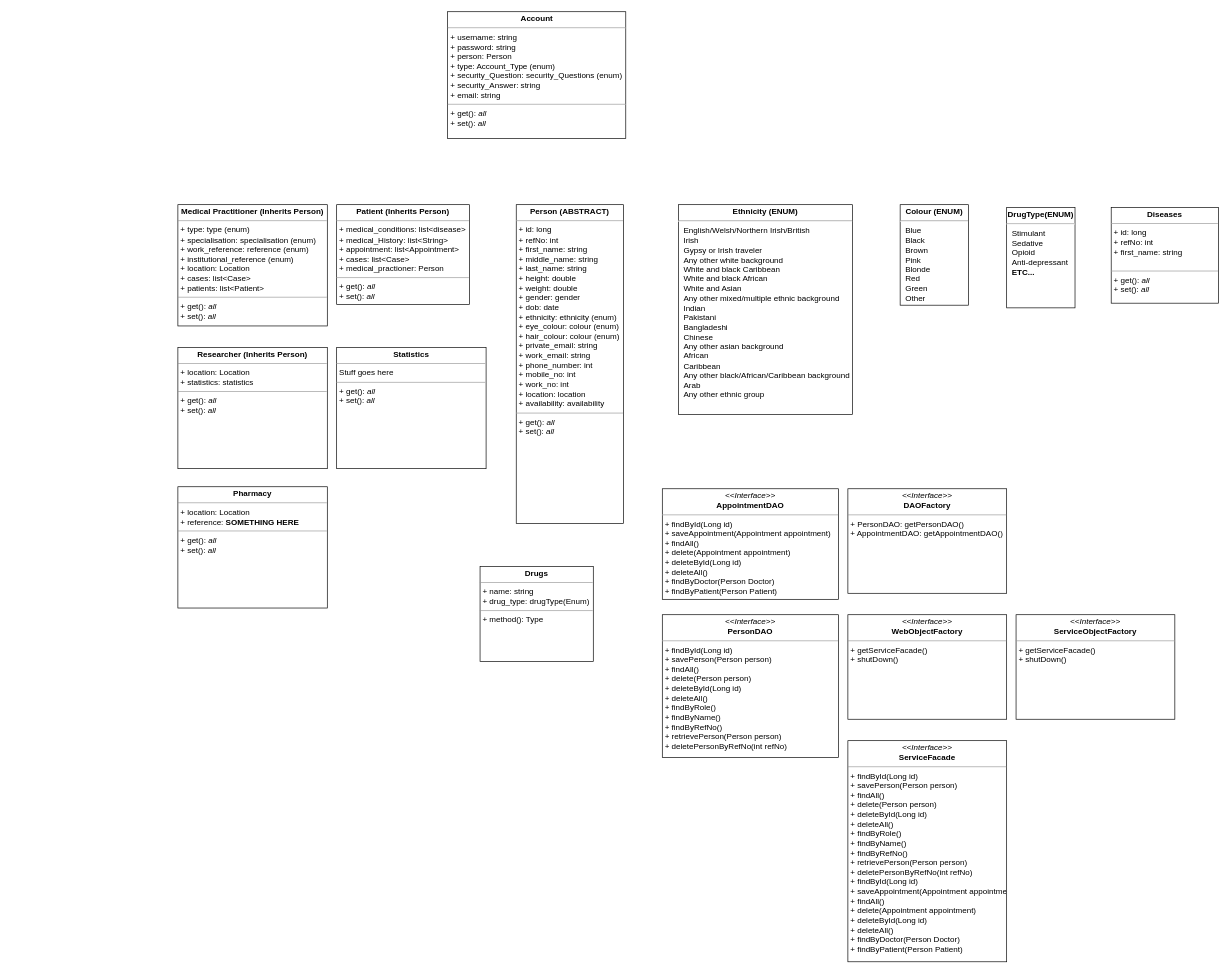
Above: Class Diagram/Class Diagram.drawio in mattdear/circle-lab-project (draw.io), before the change. Source tidied: cells renumbered, new cells numbered last; positions are measured from the earlier drawing's top-left corner, leaving out a move shared by most shapes. Both pictures are drawn from the tidied source at 67%, with x=0, y=0 at pixel (178, 11).
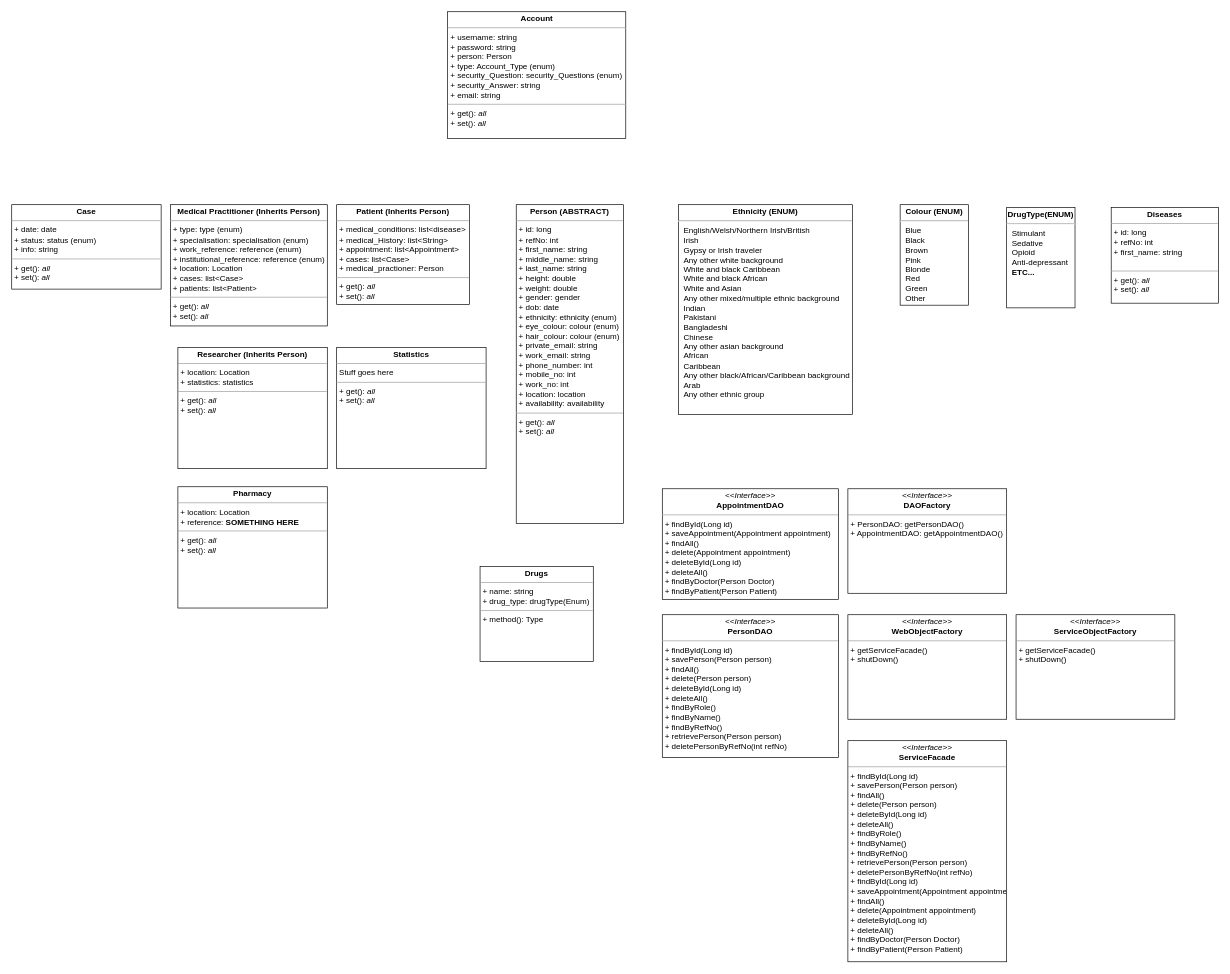
The same diagram, later.

Change to the diagram source:
```diff
@@
-    <mxCell id="16" value="&lt;p style=&quot;margin: 0px ; margin-top: 4px ; text-align: center&quot;&gt;&lt;b&gt;Medical Practitioner (Inherits Person)&lt;/b&gt;&lt;/p&gt;&lt;hr size=&quot;1&quot;&gt;&lt;p style=&quot;margin: 0px ; margin-left: 4px&quot;&gt;+ type: type (enum)&lt;br&gt;&lt;/p&gt;&lt;p style=&quot;margin: 0px ; margin-left: 4px&quot;&gt;+ specialisation: specialisation (enum)&lt;/p&gt;&lt;p style=&quot;margin: 0px ; margin-left: 4px&quot;&gt;+ work_reference: reference (enum)&lt;/p&gt;&lt;p style=&quot;margin: 0px ; margin-left: 4px&quot;&gt;+ institutional_reference (enum)&lt;/p&gt;&lt;p style=&quot;margin: 0px ; margin-left: 4px&quot;&gt;+ location: Location&lt;/p&gt;&lt;p style=&quot;margin: 0px ; margin-left: 4px&quot;&gt;+ cases: list&amp;lt;Case&amp;gt;&lt;/p&gt;&lt;p style=&quot;margin: 0px ; margin-left: 4px&quot;&gt;+ patients: list&amp;lt;Patient&amp;gt;&lt;/p&gt;&lt;hr size=&quot;1&quot;&gt;&lt;p style=&quot;margin: 0px ; margin-left: 4px&quot;&gt;+ get(): &lt;i&gt;all&lt;/i&gt;&lt;/p&gt;&lt;p style=&quot;margin: 0px ; margin-left: 4px&quot;&gt;+ set(): &lt;i&gt;all&lt;/i&gt;&lt;/p&gt;" style="verticalAlign=top;align=left;overflow=fill;fontSize=12;fontFamily=Helvetica;html=1;" parent="1" vertex="1">
-      <mxGeometry y="288" width="223" height="181" as="geometry" />
+    <mxCell id="16" value="&lt;p style=&quot;margin: 0px ; margin-top: 4px ; text-align: center&quot;&gt;&lt;b&gt;Medical Practitioner (Inherits Person)&lt;/b&gt;&lt;/p&gt;&lt;hr size=&quot;1&quot;&gt;&lt;p style=&quot;margin: 0px ; margin-left: 4px&quot;&gt;+ type: type (enum)&lt;br&gt;&lt;/p&gt;&lt;p style=&quot;margin: 0px ; margin-left: 4px&quot;&gt;+ specialisation: specialisation (enum)&lt;/p&gt;&lt;p style=&quot;margin: 0px ; margin-left: 4px&quot;&gt;+ work_reference: reference (enum)&lt;/p&gt;&lt;p style=&quot;margin: 0px ; margin-left: 4px&quot;&gt;+ institutional_reference: reference (enum)&lt;/p&gt;&lt;p style=&quot;margin: 0px ; margin-left: 4px&quot;&gt;+ location: Location&lt;/p&gt;&lt;p style=&quot;margin: 0px ; margin-left: 4px&quot;&gt;+ cases: list&amp;lt;Case&amp;gt;&lt;/p&gt;&lt;p style=&quot;margin: 0px ; margin-left: 4px&quot;&gt;+ patients: list&amp;lt;Patient&amp;gt;&lt;/p&gt;&lt;hr size=&quot;1&quot;&gt;&lt;p style=&quot;margin: 0px ; margin-left: 4px&quot;&gt;+ get(): &lt;i&gt;all&lt;/i&gt;&lt;/p&gt;&lt;p style=&quot;margin: 0px ; margin-left: 4px&quot;&gt;+ set(): &lt;i&gt;all&lt;/i&gt;&lt;/p&gt;" style="verticalAlign=top;align=left;overflow=fill;fontSize=12;fontFamily=Helvetica;html=1;" parent="1" vertex="1">
+      <mxGeometry x="-11" y="288" width="234" height="181" as="geometry" />
     </mxCell>
@@
+    <mxCell id="20" value="&lt;p style=&quot;margin: 0px ; margin-top: 4px ; text-align: center&quot;&gt;&lt;b&gt;Case&lt;/b&gt;&lt;/p&gt;&lt;hr size=&quot;1&quot;&gt;&lt;p style=&quot;margin: 0px ; margin-left: 4px&quot;&gt;+ date: date&lt;/p&gt;&lt;p style=&quot;margin: 0px ; margin-left: 4px&quot;&gt;+ status: status (enum)&lt;/p&gt;&lt;p style=&quot;margin: 0px ; margin-left: 4px&quot;&gt;+ info: string&lt;/p&gt;&lt;hr size=&quot;1&quot;&gt;&lt;p style=&quot;margin: 0px ; margin-left: 4px&quot;&gt;+ get(): &lt;i&gt;all&lt;/i&gt;&lt;/p&gt;&lt;p style=&quot;margin: 0px ; margin-left: 4px&quot;&gt;+ set(): &lt;i&gt;all&lt;/i&gt;&lt;/p&gt;" style="verticalAlign=top;align=left;overflow=fill;fontSize=12;fontFamily=Helvetica;html=1;" parent="1" vertex="1">
+      <mxGeometry x="-248" y="288" width="223" height="126" as="geometry" />
+    </mxCell>
```
